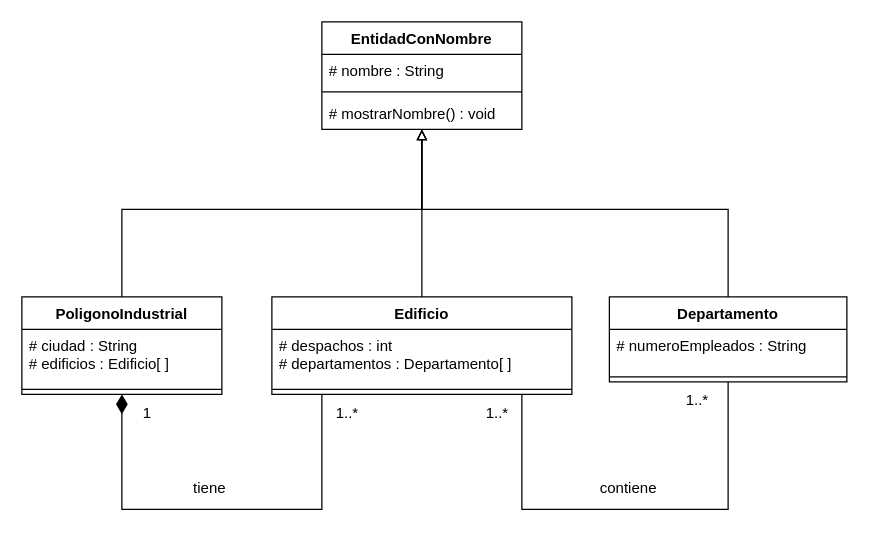
NaDeLocos/eed-tema4-p1 keeps this draw.io diagram as Ejercicio 3.drawio. Above is the earlier version. Source tidied: cells renumbered, new cells numbered last; positions are measured from the earlier drawing's top-left corner, leaving out a move shared by most shapes. Both pictures are drawn from the tidied source at 125%, with x=0, y=0 at pixel (21, 21).
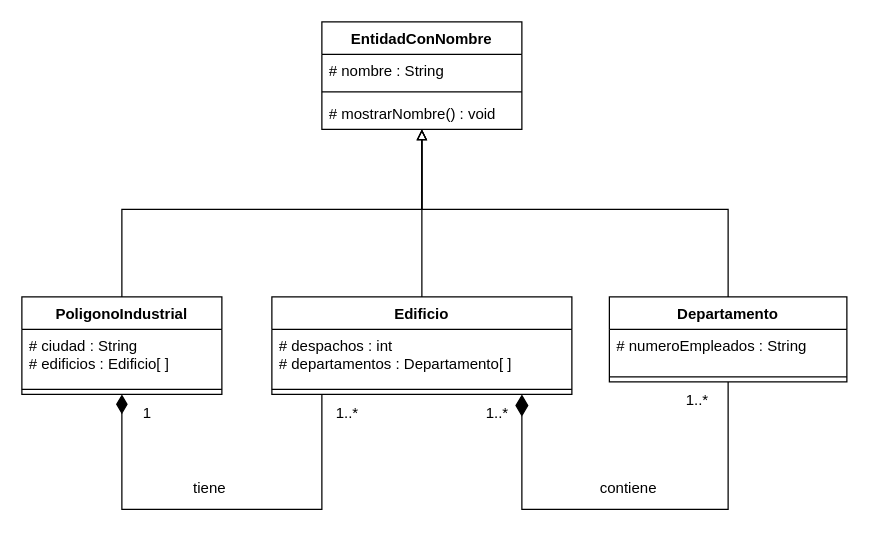
The same diagram, later.

The change refers to these unchanged cells:
```xml
<mxCell id="13" value="Edificio" style="swimlane;fontStyle=1;align=center;verticalAlign=top;horizontal=1;startSize=26;whiteSpace=wrap;html=1;" parent="1" vertex="1">
  <mxGeometry x="200" y="220" width="240" height="78" as="geometry" />
</mxCell>
<mxCell id="17" value="Departamento" style="swimlane;fontStyle=1;align=center;verticalAlign=top;horizontal=1;startSize=26;whiteSpace=wrap;html=1;" parent="1" vertex="1">
  <mxGeometry x="470" y="220" width="190" height="68" as="geometry" />
</mxCell>
```

What changed in the source:
```diff
@@
-    <mxCell id="11" style="edgeStyle=orthogonalEdgeStyle;rounded=0;jettySize=auto;html=1;endArrow=none;endFill=0;startSize=9;endSize=15;" parent="1" edge="1" source="17" target="13">
+    <mxCell id="11" style="edgeStyle=orthogonalEdgeStyle;rounded=0;jettySize=auto;html=1;endArrow=diamondThin;endFill=1;startSize=9;endSize=15;" parent="1" edge="1" source="17" target="13">
       <mxGeometry relative="1" as="geometry">
         <Array as="points">
           <mxPoint x="565" y="390" />
           <mxPoint x="400" y="390" />
         </Array>
       </mxGeometry>
     </mxCell>
```
